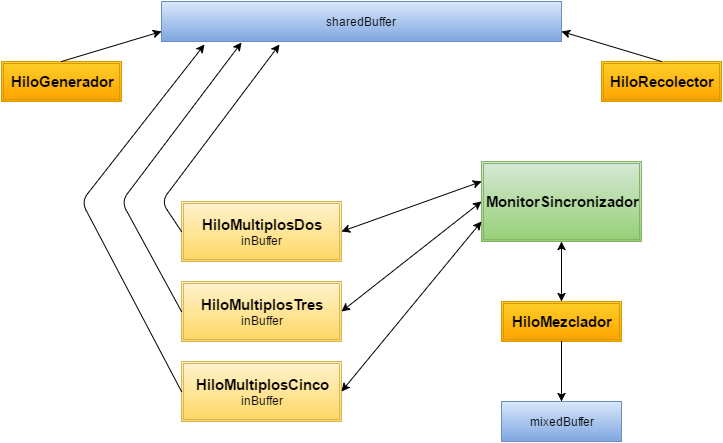
Above: PCD/diagrama1.png in jorgec10/PCD (draw.io), before the change. Source tidied: cells renumbered, new cells last; positions are measured from the earlier drawing's top-left corner, leaving out a move shared by most shapes.
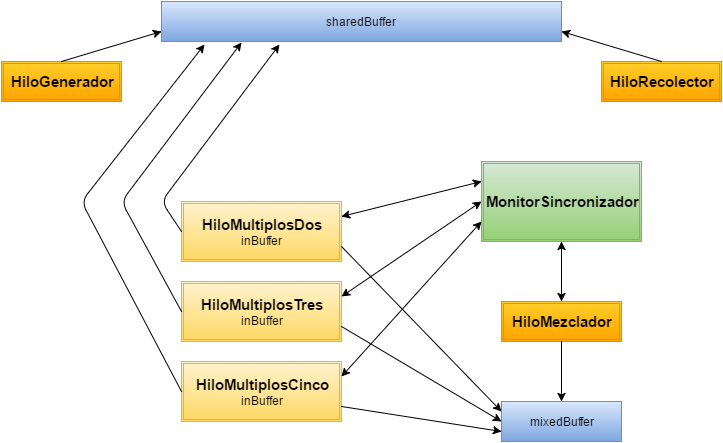
Above is the later version.

The edit, as a diff of the source:
```diff
@@ -50,13 +50,13 @@
         </Array>
       </mxGeometry>
     </mxCell>
-    <mxCell id="14" style="endArrow=classic;startArrow=classic;html=1;exitX=1;exitY=0.5;entryX=0;entryY=0.25;" parent="1" edge="1" source="8" target="7">
+    <mxCell id="14" style="endArrow=classic;startArrow=classic;html=1;exitX=1;exitY=0.25;entryX=0;entryY=0.25;" parent="1" edge="1" source="8" target="7">
       <mxGeometry x="380" y="260" as="geometry" />
     </mxCell>
-    <mxCell id="15" style="endArrow=classic;startArrow=classic;html=1;exitX=1;exitY=0.5;entryX=0;entryY=0.5;" parent="1" edge="1" source="9" target="7">
+    <mxCell id="15" style="endArrow=classic;startArrow=classic;html=1;exitX=1;exitY=0.25;entryX=0;entryY=0.5;" parent="1" edge="1" source="9" target="7">
       <mxGeometry x="380" y="280" as="geometry" />
     </mxCell>
-    <mxCell id="16" style="endArrow=classic;startArrow=classic;html=1;exitX=1;exitY=0.5;entryX=0;entryY=0.75;" parent="1" edge="1" source="10" target="7">
+    <mxCell id="16" style="endArrow=classic;startArrow=classic;html=1;exitX=1;exitY=0.25;entryX=0;entryY=0.75;" parent="1" edge="1" source="10" target="7">
       <mxGeometry x="380" y="300" as="geometry" />
     </mxCell>
     <mxCell id="17" value="mixedBuffer" style="whiteSpace=wrap;html=1;plain-blue;fillColor=#DAE8FC;rounded=0;glass=0;comic=0;shadow=0;perimeterSpacing=0;" parent="1" vertex="1">
@@ -71,5 +71,14 @@
     <mxCell id="20" style="endArrow=classic;html=1;exitX=0.5;exitY=1;entryX=0.5;entryY=0;" parent="1" edge="1" source="18" target="17">
       <mxGeometry x="600" y="420" as="geometry" />
     </mxCell>
+    <mxCell id="21" style="endArrow=classic;html=1;exitX=1;exitY=0.75;entryX=0;entryY=0.25;" parent="1" edge="1" source="8" target="17">
+      <mxGeometry x="380" y="325" as="geometry" />
+    </mxCell>
+    <mxCell id="22" style="endArrow=classic;html=1;exitX=1;exitY=0.75;entryX=0;entryY=0.5;" parent="1" edge="1" source="9" target="17">
+      <mxGeometry x="380" y="405" as="geometry" />
+    </mxCell>
+    <mxCell id="23" style="endArrow=classic;html=1;exitX=1;exitY=0.75;entryX=0;entryY=0.75;" parent="1" edge="1" source="10" target="17">
+      <mxGeometry x="380" y="485" as="geometry" />
+    </mxCell>
   </root>
 </mxGraphModel>
```
